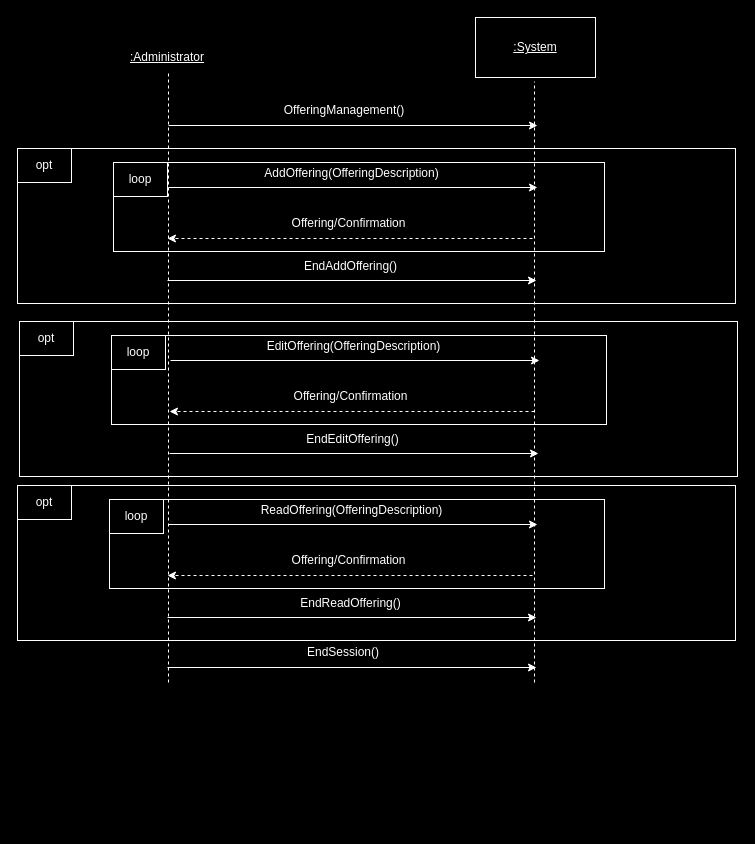
Above: Use Case 1/ssd_ProccessOfferings.drawio in matdavid7272/342project (draw.io), before the change. Source tidied: cells renumbered, new cells numbered last; positions are measured from the earlier drawing's top-left corner, leaving out a move shared by most shapes. Both pictures are drawn from the tidied source at 100%, with x=0, y=0 at pixel (17, 17).
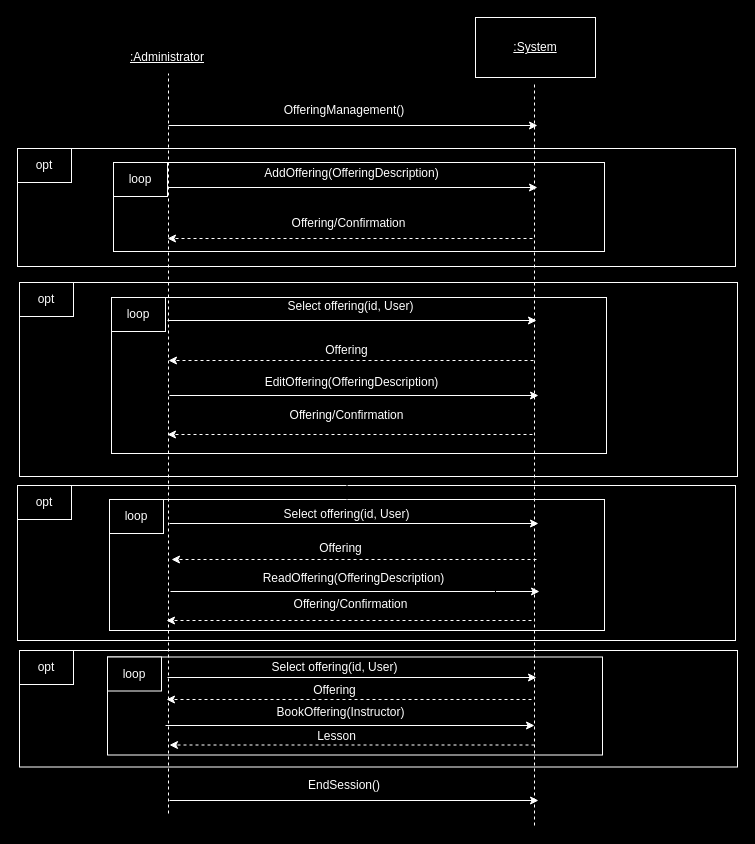
The same page after the edit.

Change to the diagram source:
```diff
@@
+    <mxCell id="41" style="rounded=0;whiteSpace=wrap;html=1;fillColor=#000000;strokeColor=#FFFFFF;" parent="1" vertex="1">
+      <mxGeometry x="2" y="633" width="718" height="116.5" as="geometry" />
+    </mxCell>
+    <mxCell id="42" style="rounded=0;whiteSpace=wrap;html=1;fillColor=#000000;strokeColor=#FFFFFF;" parent="1" vertex="1">
+      <mxGeometry x="90" y="639.5" width="495" height="98" as="geometry" />
+    </mxCell>
+    <mxCell id="43" value="&lt;font color=&quot;#ffffff&quot;&gt;BookOffering(Instructor)&lt;/font&gt;" style="text;html=1;align=center;verticalAlign=middle;whiteSpace=wrap;rounded=0;" parent="1" vertex="1">
+      <mxGeometry x="202" y="680" width="243" height="30" as="geometry" />
+    </mxCell>
+    <mxCell id="44" style="endArrow=classic;html=1;rounded=0;strokeColor=#FFFFFF;" parent="1" edge="1">
+      <mxGeometry relative="1" as="geometry">
+        <mxPoint x="148" y="708" as="sourcePoint" />
+        <mxPoint x="517" y="708" as="targetPoint" />
+      </mxGeometry>
+    </mxCell>
+    <mxCell id="45" style="endArrow=classic;html=1;rounded=0;strokeColor=#FFFFFF;dashed=1;" parent="1" edge="1">
+      <mxGeometry relative="1" as="geometry">
+        <mxPoint x="517" y="727.5" as="sourcePoint" />
+        <mxPoint x="152" y="727.5" as="targetPoint" />
+      </mxGeometry>
+    </mxCell>
+    <mxCell id="46" value="&lt;font style=&quot;background-color: rgb(0, 0, 0);&quot; color=&quot;#ffffff&quot;&gt;Lesson&lt;/font&gt;" style="text;html=1;align=center;verticalAlign=middle;whiteSpace=wrap;rounded=0;" parent="1" vertex="1">
+      <mxGeometry x="198" y="703.5" width="243" height="30" as="geometry" />
+    </mxCell>
+    <mxCell id="47" value="&lt;span style=&quot;color: rgb(255, 255, 255);&quot;&gt;loop&lt;/span&gt;" style="rounded=0;whiteSpace=wrap;html=1;fillColor=#000000;strokeColor=#FFFFFF;" parent="1" vertex="1">
+      <mxGeometry x="90" y="639.5" width="54" height="34" as="geometry" />
+    </mxCell>
+    <mxCell id="48" value="&lt;span style=&quot;color: rgb(255, 255, 255);&quot;&gt;opt&lt;/span&gt;" style="rounded=0;whiteSpace=wrap;html=1;fillColor=#000000;strokeColor=#FFFFFF;" parent="1" vertex="1">
+      <mxGeometry x="2" y="633" width="54" height="34" as="geometry" />
+    </mxCell>
@@
     <mxCell id="3" style="rounded=0;whiteSpace=wrap;html=1;fillColor=#000000;strokeColor=#FFFFFF;" parent="1" vertex="1">
-      <mxGeometry x="92" y="482" width="495" height="89" as="geometry" />
+      <mxGeometry x="92" y="482" width="495" height="131" as="geometry" />
     </mxCell>
     <mxCell id="4" style="endArrow=classic;html=1;rounded=0;strokeColor=#FFFFFF;" parent="1" edge="1">
       <mxGeometry relative="1" as="geometry">
-        <mxPoint x="151" y="507" as="sourcePoint" />
-        <mxPoint x="520" y="507" as="targetPoint" />
+        <mxPoint x="153" y="574" as="sourcePoint" />
+        <mxPoint x="522" y="574" as="targetPoint" />
       </mxGeometry>
     </mxCell>
+    <mxCell id="49" style="edgeStyle=orthogonalEdgeStyle;rounded=0;jettySize=auto;html=1;exitX=0.5;exitY=1;exitDx=0;exitDy=0;" parent="1" edge="1" source="5" target="3">
+      <mxGeometry relative="1" as="geometry" />
+    </mxCell>
     <mxCell id="5" value="&lt;font color=&quot;#ffffff&quot;&gt;ReadOffering(OfferingDescription)&lt;/font&gt;" style="text;html=1;align=center;verticalAlign=middle;whiteSpace=wrap;rounded=0;" parent="1" vertex="1">
-      <mxGeometry x="213" y="478" width="243" height="30" as="geometry" />
+      <mxGeometry x="215" y="546" width="243" height="30" as="geometry" />
     </mxCell>
     <mxCell id="6" style="endArrow=classic;html=1;rounded=0;strokeColor=#FFFFFF;dashed=1;" parent="1" edge="1">
       <mxGeometry relative="1" as="geometry">
-        <mxPoint x="515" y="558" as="sourcePoint" />
-        <mxPoint x="150" y="558" as="targetPoint" />
+        <mxPoint x="514" y="603" as="sourcePoint" />
+        <mxPoint x="149" y="603" as="targetPoint" />
       </mxGeometry>
     </mxCell>
     <mxCell id="7" value="&lt;font style=&quot;background-color: rgb(0, 0, 0);&quot; color=&quot;#ffffff&quot;&gt;Offering/Confirmation&lt;/font&gt;" style="text;html=1;align=center;verticalAlign=middle;whiteSpace=wrap;rounded=0;" parent="1" vertex="1">
-      <mxGeometry x="210" y="528" width="243" height="30" as="geometry" />
+      <mxGeometry x="212" y="572" width="243" height="30" as="geometry" />
     </mxCell>
-    <mxCell id="8" style="endArrow=classic;html=1;rounded=0;strokeColor=#FFFFFF;" parent="1" edge="1">
-      <mxGeometry relative="1" as="geometry">
-        <mxPoint x="150" y="600" as="sourcePoint" />
-        <mxPoint x="519" y="600" as="targetPoint" />
-      </mxGeometry>
-    </mxCell>
-    <mxCell id="9" value="&lt;font color=&quot;#ffffff&quot;&gt;EndReadOffering()&lt;/font&gt;" style="text;html=1;align=center;verticalAlign=middle;whiteSpace=wrap;rounded=0;" parent="1" vertex="1">
-      <mxGeometry x="212" y="571" width="243" height="30" as="geometry" />
-    </mxCell>
@@
     <mxCell id="12" style="rounded=0;whiteSpace=wrap;html=1;fillColor=#000000;strokeColor=#FFFFFF;" parent="1" vertex="1">
-      <mxGeometry x="2" y="304" width="718" height="155" as="geometry" />
+      <mxGeometry x="2" y="265" width="718" height="194" as="geometry" />
     </mxCell>
     <mxCell id="13" style="rounded=0;whiteSpace=wrap;html=1;fillColor=#000000;strokeColor=#FFFFFF;" parent="1" vertex="1">
-      <mxGeometry x="94" y="318" width="495" height="89" as="geometry" />
+      <mxGeometry x="94" y="280" width="495" height="156" as="geometry" />
     </mxCell>
     <mxCell id="14" style="endArrow=classic;html=1;rounded=0;strokeColor=#FFFFFF;" parent="1" edge="1">
       <mxGeometry relative="1" as="geometry">
-        <mxPoint x="153" y="343" as="sourcePoint" />
-        <mxPoint x="522" y="343" as="targetPoint" />
+        <mxPoint x="152" y="378" as="sourcePoint" />
+        <mxPoint x="521" y="378" as="targetPoint" />
       </mxGeometry>
     </mxCell>
     <mxCell id="15" value="&lt;font color=&quot;#ffffff&quot;&gt;EditOffering(OfferingDescription)&lt;/font&gt;" style="text;html=1;align=center;verticalAlign=middle;whiteSpace=wrap;rounded=0;" parent="1" vertex="1">
-      <mxGeometry x="215" y="314" width="243" height="30" as="geometry" />
+      <mxGeometry x="213" y="350" width="243" height="30" as="geometry" />
     </mxCell>
     <mxCell id="16" style="endArrow=classic;html=1;rounded=0;strokeColor=#FFFFFF;dashed=1;" parent="1" edge="1">
       <mxGeometry relative="1" as="geometry">
-        <mxPoint x="517" y="394" as="sourcePoint" />
-        <mxPoint x="152" y="394" as="targetPoint" />
+        <mxPoint x="515" y="417" as="sourcePoint" />
+        <mxPoint x="150" y="417" as="targetPoint" />
       </mxGeometry>
     </mxCell>
     <mxCell id="17" value="&lt;font style=&quot;background-color: rgb(0, 0, 0);&quot; color=&quot;#ffffff&quot;&gt;Offering/Confirmation&lt;/font&gt;" style="text;html=1;align=center;verticalAlign=middle;whiteSpace=wrap;rounded=0;" parent="1" vertex="1">
-      <mxGeometry x="212" y="364" width="243" height="30" as="geometry" />
+      <mxGeometry x="208" y="383" width="243" height="30" as="geometry" />
     </mxCell>
-    <mxCell id="18" style="endArrow=classic;html=1;rounded=0;strokeColor=#FFFFFF;" parent="1" edge="1">
-      <mxGeometry relative="1" as="geometry">
-        <mxPoint x="152" y="436" as="sourcePoint" />
-        <mxPoint x="521" y="436" as="targetPoint" />
-      </mxGeometry>
-    </mxCell>
-    <mxCell id="19" value="&lt;font color=&quot;#ffffff&quot;&gt;EndEditOffering()&lt;/font&gt;" style="text;html=1;align=center;verticalAlign=middle;whiteSpace=wrap;rounded=0;" parent="1" vertex="1">
-      <mxGeometry x="214" y="407" width="243" height="30" as="geometry" />
-    </mxCell>
     <mxCell id="20" value="&lt;span style=&quot;color: rgb(255, 255, 255);&quot;&gt;opt&lt;/span&gt;" style="rounded=0;whiteSpace=wrap;html=1;fillColor=#000000;strokeColor=#FFFFFF;" parent="1" vertex="1">
-      <mxGeometry x="2" y="304" width="54" height="34" as="geometry" />
+      <mxGeometry x="2" y="265" width="54" height="34" as="geometry" />
     </mxCell>
     <mxCell id="21" value="&lt;span style=&quot;color: rgb(255, 255, 255);&quot;&gt;loop&lt;/span&gt;" style="rounded=0;whiteSpace=wrap;html=1;fillColor=#000000;strokeColor=#FFFFFF;" parent="1" vertex="1">
-      <mxGeometry x="94" y="318" width="54" height="34" as="geometry" />
+      <mxGeometry x="94" y="280" width="54" height="34" as="geometry" />
     </mxCell>
     <mxCell id="22" style="rounded=0;whiteSpace=wrap;html=1;fillColor=#000000;strokeColor=#FFFFFF;" parent="1" vertex="1">
-      <mxGeometry y="131" width="718" height="155" as="geometry" />
+      <mxGeometry y="131" width="718" height="118" as="geometry" />
     </mxCell>
@@
     <mxCell id="24" style="endArrow=none;dashed=1;html=1;rounded=0;strokeColor=#FFFFFF;" parent="1" edge="1">
       <mxGeometry relative="1" as="geometry">
-        <mxPoint x="151" y="665" as="sourcePoint" />
+        <mxPoint x="151" y="796" as="sourcePoint" />
         <mxPoint x="151" y="56" as="targetPoint" />
       </mxGeometry>
     </mxCell>
     <mxCell id="25" style="endArrow=none;dashed=1;html=1;rounded=0;strokeColor=#FFFFFF;" parent="1" edge="1">
       <mxGeometry relative="1" as="geometry">
-        <mxPoint x="517" y="665" as="sourcePoint" />
+        <mxPoint x="517" y="808" as="sourcePoint" />
         <mxPoint x="517" y="64" as="targetPoint" />
       </mxGeometry>
     </mxCell>
@@
-    <mxCell id="35" style="endArrow=classic;html=1;rounded=0;strokeColor=#FFFFFF;" parent="1" edge="1">
-      <mxGeometry relative="1" as="geometry">
-        <mxPoint x="150" y="263" as="sourcePoint" />
-        <mxPoint x="519" y="263" as="targetPoint" />
-      </mxGeometry>
-    </mxCell>
-    <mxCell id="36" value="&lt;font color=&quot;#ffffff&quot;&gt;EndAddOffering()&lt;/font&gt;" style="text;html=1;align=center;verticalAlign=middle;whiteSpace=wrap;rounded=0;" parent="1" vertex="1">
-      <mxGeometry x="212" y="234" width="243" height="30" as="geometry" />
-    </mxCell>
@@
     <mxCell id="39" style="endArrow=classic;html=1;rounded=0;strokeColor=#FFFFFF;" parent="1" edge="1">
       <mxGeometry relative="1" as="geometry">
-        <mxPoint x="150" y="650" as="sourcePoint" />
-        <mxPoint x="519" y="650" as="targetPoint" />
+        <mxPoint x="152" y="783" as="sourcePoint" />
+        <mxPoint x="521" y="783" as="targetPoint" />
       </mxGeometry>
     </mxCell>
     <mxCell id="40" value="&lt;font color=&quot;#ffffff&quot;&gt;EndSession()&lt;/font&gt;" style="text;html=1;align=center;verticalAlign=middle;whiteSpace=wrap;rounded=0;" parent="1" vertex="1">
-      <mxGeometry x="296" y="620" width="60" height="30" as="geometry" />
+      <mxGeometry x="297" y="753" width="60" height="30" as="geometry" />
     </mxCell>
+    <mxCell id="50" style="endArrow=classic;html=1;rounded=0;strokeColor=#FFFFFF;" parent="1" edge="1">
+      <mxGeometry relative="1" as="geometry">
+        <mxPoint x="150" y="303" as="sourcePoint" />
+        <mxPoint x="519" y="303" as="targetPoint" />
+      </mxGeometry>
+    </mxCell>
+    <mxCell id="51" value="&lt;font color=&quot;#ffffff&quot;&gt;Select offering(id, User)&lt;/font&gt;" style="text;html=1;align=center;verticalAlign=middle;whiteSpace=wrap;rounded=0;" parent="1" vertex="1">
+      <mxGeometry x="212" y="274" width="243" height="30" as="geometry" />
+    </mxCell>
+    <mxCell id="52" style="endArrow=classic;html=1;rounded=0;strokeColor=#FFFFFF;dashed=1;" parent="1" edge="1">
+      <mxGeometry relative="1" as="geometry">
+        <mxPoint x="516" y="343" as="sourcePoint" />
+        <mxPoint x="151" y="343" as="targetPoint" />
+      </mxGeometry>
+    </mxCell>
+    <mxCell id="53" value="&lt;font color=&quot;#ffffff&quot;&gt;Offering&lt;/font&gt;" style="text;html=1;align=center;verticalAlign=middle;whiteSpace=wrap;rounded=0;" parent="1" vertex="1">
+      <mxGeometry x="208" y="318" width="243" height="30" as="geometry" />
+    </mxCell>
+    <mxCell id="54" style="endArrow=classic;html=1;rounded=0;strokeColor=#FFFFFF;" parent="1" edge="1">
+      <mxGeometry relative="1" as="geometry">
+        <mxPoint x="152" y="506" as="sourcePoint" />
+        <mxPoint x="521" y="506" as="targetPoint" />
+      </mxGeometry>
+    </mxCell>
+    <mxCell id="55" style="endArrow=classic;html=1;rounded=0;strokeColor=#FFFFFF;dashed=1;" parent="1" edge="1">
+      <mxGeometry relative="1" as="geometry">
+        <mxPoint x="519" y="542" as="sourcePoint" />
+        <mxPoint x="154" y="542" as="targetPoint" />
+      </mxGeometry>
+    </mxCell>
+    <mxCell id="56" style="edgeStyle=orthogonalEdgeStyle;rounded=0;jettySize=auto;html=1;" parent="1" edge="1" source="57" target="12">
+      <mxGeometry relative="1" as="geometry" />
+    </mxCell>
+    <mxCell id="57" value="&lt;font color=&quot;#ffffff&quot;&gt;Select offering(id, User)&lt;/font&gt;" style="text;html=1;align=center;verticalAlign=middle;whiteSpace=wrap;rounded=0;" parent="1" vertex="1">
+      <mxGeometry x="208" y="482" width="243" height="30" as="geometry" />
+    </mxCell>
+    <mxCell id="58" value="&lt;font color=&quot;#ffffff&quot;&gt;Offering&lt;/font&gt;" style="text;html=1;align=center;verticalAlign=middle;whiteSpace=wrap;rounded=0;" parent="1" vertex="1">
+      <mxGeometry x="202" y="516" width="243" height="30" as="geometry" />
+    </mxCell>
+    <mxCell id="59" style="endArrow=classic;html=1;rounded=0;strokeColor=#FFFFFF;" parent="1" edge="1">
+      <mxGeometry relative="1" as="geometry">
+        <mxPoint x="150" y="660" as="sourcePoint" />
+        <mxPoint x="519" y="660" as="targetPoint" />
+      </mxGeometry>
+    </mxCell>
+    <mxCell id="60" style="endArrow=classic;html=1;rounded=0;strokeColor=#FFFFFF;dashed=1;" parent="1" edge="1">
+      <mxGeometry relative="1" as="geometry">
+        <mxPoint x="514" y="682" as="sourcePoint" />
+        <mxPoint x="149" y="682" as="targetPoint" />
+      </mxGeometry>
+    </mxCell>
+    <mxCell id="61" value="&lt;font color=&quot;#ffffff&quot;&gt;Offering&lt;/font&gt;" style="text;html=1;align=center;verticalAlign=middle;whiteSpace=wrap;rounded=0;" parent="1" vertex="1">
+      <mxGeometry x="196" y="658" width="243" height="30" as="geometry" />
+    </mxCell>
+    <mxCell id="62" value="&lt;font color=&quot;#ffffff&quot;&gt;Select offering(id, User)&lt;/font&gt;" style="text;html=1;align=center;verticalAlign=middle;whiteSpace=wrap;rounded=0;" parent="1" vertex="1">
+      <mxGeometry x="196" y="635" width="243" height="30" as="geometry" />
+    </mxCell>
```
